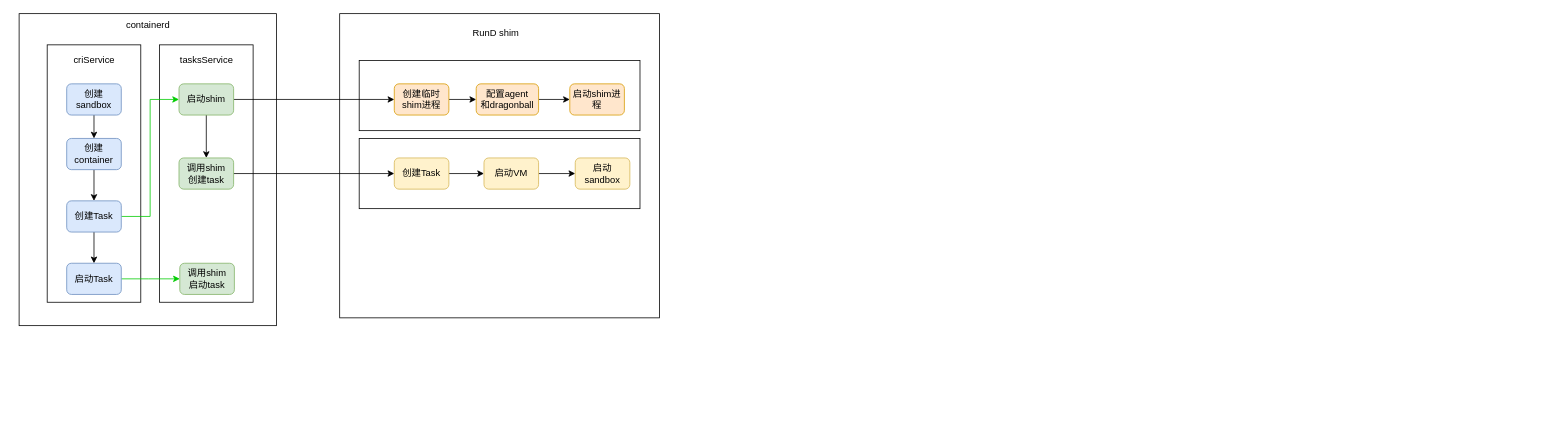
This is 杂七杂八的东西/hexo使用教程/containerd_rund.drawio from gxxxh/gxxxh.github.io, a draw.io file, before an edit. Source tidied: cells renumbered, new cells numbered last; positions are measured from the earlier drawing's top-left corner, leaving out a move shared by most shapes. Both pictures are drawn from the tidied source at 78%, with x=0, y=0 at pixel (19, 13).
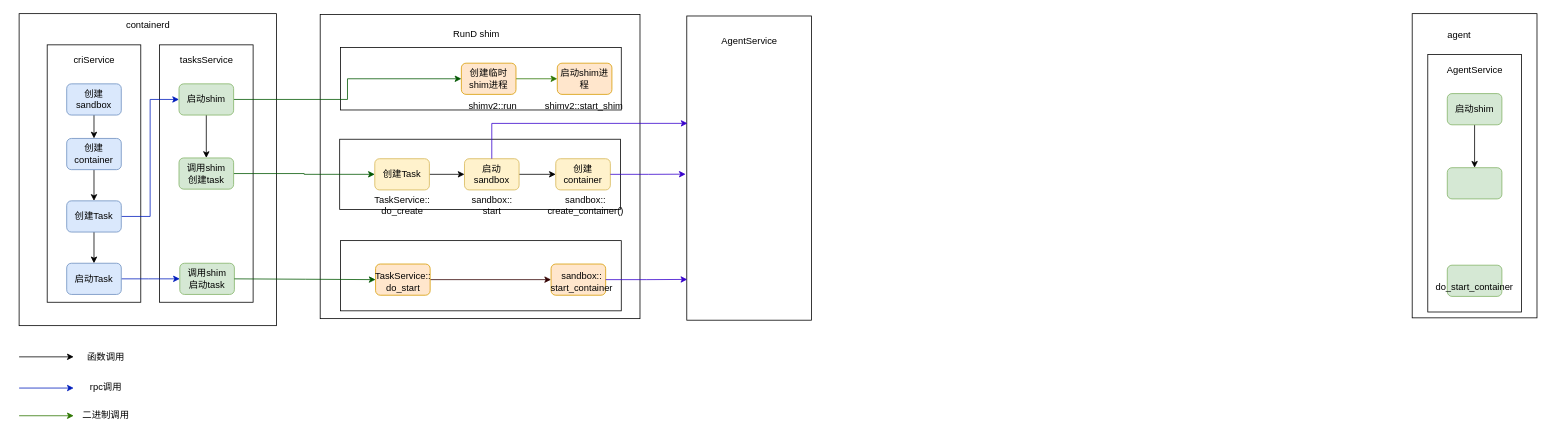
After the change.

Unchanged cells that the change refers to:
```xml
<mxCell id="16" value="创建Task" style="rounded=1;whiteSpace=wrap;html=1;fillColor=#dae8fc;strokeColor=#6c8ebf;" parent="1" vertex="1">
  <mxGeometry x="61" y="240" width="70" height="40" as="geometry" />
</mxCell>
<mxCell id="18" value="启动Task" style="rounded=1;whiteSpace=wrap;html=1;fillColor=#dae8fc;strokeColor=#6c8ebf;" parent="1" vertex="1">
  <mxGeometry x="61" y="320" width="70" height="40" as="geometry" />
</mxCell>
<mxCell id="21" value="启动shim" style="rounded=1;whiteSpace=wrap;html=1;fillColor=#d5e8d4;strokeColor=#82b366;" parent="1" vertex="1">
  <mxGeometry x="205" y="90" width="70" height="40" as="geometry" />
</mxCell>
<mxCell id="23" value="调用shim&lt;br&gt;创建task" style="rounded=1;whiteSpace=wrap;html=1;fillColor=#d5e8d4;strokeColor=#82b366;" parent="1" vertex="1">
  <mxGeometry x="205" y="185" width="70" height="40" as="geometry" />
</mxCell>
<mxCell id="24" value="调用shim&lt;br&gt;启动task" style="rounded=1;whiteSpace=wrap;html=1;fillColor=#d5e8d4;strokeColor=#82b366;" parent="1" vertex="1">
  <mxGeometry x="206" y="320" width="70" height="40" as="geometry" />
</mxCell>
```

Diff of the diagram source:
```diff
@@
     <mxCell id="2" style="rounded=0;whiteSpace=wrap;html=1;" parent="1" vertex="1">
-      <mxGeometry x="411" width="410" height="390" as="geometry" />
+      <mxGeometry x="386" y="1" width="410" height="390" as="geometry" />
     </mxCell>
     <mxCell id="3" style="rounded=0;whiteSpace=wrap;html=1;" parent="1" vertex="1">
-      <mxGeometry x="436" y="160" width="360" height="90" as="geometry" />
+      <mxGeometry x="411" y="161" width="360" height="90" as="geometry" />
     </mxCell>
     <mxCell id="4" style="rounded=0;whiteSpace=wrap;html=1;" parent="1" vertex="1">
-      <mxGeometry x="436" y="60" width="360" height="90" as="geometry" />
+      <mxGeometry x="412" y="43.5" width="360" height="80" as="geometry" />
     </mxCell>
@@
-    <mxCell id="15" style="edgeStyle=orthogonalEdgeStyle;rounded=0;jettySize=auto;html=1;exitX=1;exitY=0.5;exitDx=0;exitDy=0;entryX=0;entryY=0.5;entryDx=0;entryDy=0;strokeColor=#00CC00;" parent="1" edge="1" source="16" target="21">
+    <mxCell id="15" style="edgeStyle=orthogonalEdgeStyle;rounded=0;jettySize=auto;html=1;exitX=1;exitY=0.5;exitDx=0;exitDy=0;entryX=0;entryY=0.5;entryDx=0;entryDy=0;strokeColor=#001DBC;fillColor=#0050ef;" parent="1" edge="1" source="16" target="21">
       <mxGeometry relative="1" as="geometry" />
     </mxCell>
@@
-    <mxCell id="17" style="edgeStyle=orthogonalEdgeStyle;rounded=0;jettySize=auto;html=1;exitX=1;exitY=0.5;exitDx=0;exitDy=0;entryX=0;entryY=0.5;entryDx=0;entryDy=0;strokeColor=#00CC00;" parent="1" edge="1" source="18" target="24">
+    <mxCell id="17" style="edgeStyle=orthogonalEdgeStyle;rounded=0;jettySize=auto;html=1;exitX=1;exitY=0.5;exitDx=0;exitDy=0;entryX=0;entryY=0.5;entryDx=0;entryDy=0;strokeColor=#001DBC;fillColor=#0050ef;" parent="1" edge="1" source="18" target="24">
       <mxGeometry relative="1" as="geometry">
         <Array as="points">
           <mxPoint x="166" y="340" />
           <mxPoint x="166" y="340" />
         </Array>
       </mxGeometry>
     </mxCell>
@@
-    <mxCell id="20" style="edgeStyle=orthogonalEdgeStyle;rounded=0;jettySize=auto;html=1;exitX=1;exitY=0.5;exitDx=0;exitDy=0;" parent="1" edge="1" source="21" target="28">
+    <mxCell id="20" style="edgeStyle=orthogonalEdgeStyle;rounded=0;jettySize=auto;html=1;exitX=1;exitY=0.5;exitDx=0;exitDy=0;fillColor=#008a00;strokeColor=#005700;" parent="1" edge="1" source="21" target="28">
       <mxGeometry relative="1" as="geometry" />
     </mxCell>
@@
-    <mxCell id="22" style="edgeStyle=orthogonalEdgeStyle;rounded=0;jettySize=auto;html=1;exitX=1;exitY=0.5;exitDx=0;exitDy=0;entryX=0;entryY=0.5;entryDx=0;entryDy=0;" parent="1" edge="1" source="23" target="33">
+    <mxCell id="22" style="edgeStyle=orthogonalEdgeStyle;rounded=0;jettySize=auto;html=1;exitX=1;exitY=0.5;exitDx=0;exitDy=0;entryX=0;entryY=0.5;entryDx=0;entryDy=0;fillColor=#008a00;strokeColor=#005700;" parent="1" edge="1" source="23" target="33">
       <mxGeometry relative="1" as="geometry" />
     </mxCell>
@@
     <mxCell id="26" value="RunD shim" style="text;html=1;align=center;verticalAlign=middle;strokeColor=none;fillColor=none;" parent="1" vertex="1">
-      <mxGeometry x="571" y="10" width="80" height="30" as="geometry" />
+      <mxGeometry x="546" y="11" width="80" height="30" as="geometry" />
     </mxCell>
-    <mxCell id="27" style="edgeStyle=orthogonalEdgeStyle;rounded=0;jettySize=auto;html=1;exitX=1;exitY=0.5;exitDx=0;exitDy=0;entryX=0;entryY=0.5;entryDx=0;entryDy=0;" parent="1" edge="1" source="28" target="30">
+    <mxCell id="27" style="edgeStyle=orthogonalEdgeStyle;rounded=0;jettySize=auto;html=1;exitX=1;exitY=0.5;exitDx=0;exitDy=0;entryX=0;entryY=0.5;entryDx=0;entryDy=0;fillColor=#60a917;strokeColor=#2D7600;" parent="1" edge="1" source="28" target="31">
       <mxGeometry relative="1" as="geometry" />
     </mxCell>
     <mxCell id="28" value="创建临时shim进程" style="rounded=1;whiteSpace=wrap;html=1;fillColor=#ffe6cc;strokeColor=#d79b00;" parent="1" vertex="1">
-      <mxGeometry x="481" y="90" width="70" height="40" as="geometry" />
+      <mxGeometry x="567" y="63.5" width="70" height="40" as="geometry" />
     </mxCell>
-    <mxCell id="29" style="edgeStyle=orthogonalEdgeStyle;rounded=0;jettySize=auto;html=1;exitX=1;exitY=0.5;exitDx=0;exitDy=0;entryX=0;entryY=0.5;entryDx=0;entryDy=0;" parent="1" edge="1" source="30" target="31">
-      <mxGeometry relative="1" as="geometry" />
-    </mxCell>
-    <mxCell id="30" value="配置agent&lt;div&gt;和dragonball&lt;/div&gt;" style="rounded=1;whiteSpace=wrap;html=1;fillColor=#ffe6cc;strokeColor=#d79b00;" parent="1" vertex="1">
-      <mxGeometry x="586" y="90" width="80" height="40" as="geometry" />
-    </mxCell>
     <mxCell id="31" value="启动shim进程" style="rounded=1;whiteSpace=wrap;html=1;fillColor=#ffe6cc;strokeColor=#d79b00;" parent="1" vertex="1">
-      <mxGeometry x="706" y="90" width="70" height="40" as="geometry" />
+      <mxGeometry x="690" y="63.5" width="70" height="40" as="geometry" />
     </mxCell>
@@
     <mxCell id="33" value="创建Task" style="rounded=1;whiteSpace=wrap;html=1;fillColor=#fff2cc;strokeColor=#d6b656;" parent="1" vertex="1">
-      <mxGeometry x="481" y="185" width="70" height="40" as="geometry" />
+      <mxGeometry x="456" y="186" width="70" height="40" as="geometry" />
     </mxCell>
@@
-    <mxCell id="35" value="启动VM" style="rounded=1;whiteSpace=wrap;html=1;fillColor=#fff2cc;strokeColor=#d6b656;" parent="1" vertex="1">
-      <mxGeometry x="596" y="185" width="70" height="40" as="geometry" />
+    <mxCell id="35" value="启动sandbox" style="rounded=1;whiteSpace=wrap;html=1;fillColor=#fff2cc;strokeColor=#d6b656;" parent="1" vertex="1">
+      <mxGeometry x="571" y="186" width="70" height="40" as="geometry" />
     </mxCell>
-    <mxCell id="36" value="启动sandbox" style="rounded=1;whiteSpace=wrap;html=1;fillColor=#fff2cc;strokeColor=#d6b656;" parent="1" vertex="1">
-      <mxGeometry x="713" y="185" width="70" height="40" as="geometry" />
+    <mxCell id="36" value="创建container" style="rounded=1;whiteSpace=wrap;html=1;fillColor=#fff2cc;strokeColor=#d6b656;" parent="1" vertex="1">
+      <mxGeometry x="688" y="186" width="70" height="40" as="geometry" />
     </mxCell>
+    <mxCell id="37" style="endArrow=classic;html=1;rounded=0;" parent="1" edge="1">
+      <mxGeometry relative="1" as="geometry">
+        <mxPoint y="440" as="sourcePoint" />
+        <mxPoint x="70" y="440" as="targetPoint" />
+      </mxGeometry>
+    </mxCell>
+    <mxCell id="38" value="函数调用" style="text;html=1;align=center;verticalAlign=middle;strokeColor=none;fillColor=none;" parent="1" vertex="1">
+      <mxGeometry x="76" y="426" width="70" height="30" as="geometry" />
+    </mxCell>
+    <mxCell id="39" style="endArrow=classic;html=1;rounded=0;fillColor=#0050ef;strokeColor=#001DBC;" parent="1" edge="1">
+      <mxGeometry relative="1" as="geometry">
+        <mxPoint y="480" as="sourcePoint" />
+        <mxPoint x="70" y="480" as="targetPoint" />
+      </mxGeometry>
+    </mxCell>
+    <mxCell id="40" value="rpc调用" style="text;html=1;align=center;verticalAlign=middle;strokeColor=none;fillColor=none;" parent="1" vertex="1">
+      <mxGeometry x="81" y="464" width="60" height="30" as="geometry" />
+    </mxCell>
+    <mxCell id="41" style="endArrow=classic;html=1;rounded=0;fillColor=#60a917;strokeColor=#2D7600;" parent="1" edge="1">
+      <mxGeometry relative="1" as="geometry">
+        <mxPoint y="515.5" as="sourcePoint" />
+        <mxPoint x="70" y="515.5" as="targetPoint" />
+      </mxGeometry>
+    </mxCell>
+    <mxCell id="42" value="二进制调用" style="text;html=1;align=center;verticalAlign=middle;strokeColor=none;fillColor=none;" parent="1" vertex="1">
+      <mxGeometry x="71" y="499.5" width="80" height="30" as="geometry" />
+    </mxCell>
+    <mxCell id="43" value="shimv2::run" style="text;html=1;align=center;verticalAlign=middle;strokeColor=none;fillColor=none;" parent="1" vertex="1">
+      <mxGeometry x="562" y="103.5" width="90" height="30" as="geometry" />
+    </mxCell>
+    <mxCell id="44" value="shimv2::start_shim" style="text;html=1;align=center;verticalAlign=middle;strokeColor=none;fillColor=none;" parent="1" vertex="1">
+      <mxGeometry x="664" y="103.5" width="120" height="30" as="geometry" />
+    </mxCell>
+    <mxCell id="45" value="TaskService::&lt;div&gt;do_create&lt;/div&gt;" style="text;html=1;align=center;verticalAlign=middle;strokeColor=none;fillColor=none;" parent="1" vertex="1">
+      <mxGeometry x="446" y="226" width="90" height="40" as="geometry" />
+    </mxCell>
+    <mxCell id="46" value="sandbox::&lt;div&gt;start&lt;/div&gt;" style="text;html=1;align=center;verticalAlign=middle;strokeColor=none;fillColor=none;" parent="1" vertex="1">
+      <mxGeometry x="566" y="226" width="80" height="40" as="geometry" />
+    </mxCell>
+    <mxCell id="47" value="sandbox::&lt;div&gt;create_container()&lt;/div&gt;" style="text;html=1;align=center;verticalAlign=middle;strokeColor=none;fillColor=none;" parent="1" vertex="1">
+      <mxGeometry x="666" y="226" width="120" height="40" as="geometry" />
+    </mxCell>
+    <mxCell id="48" style="rounded=0;whiteSpace=wrap;html=1;" parent="1" vertex="1">
+      <mxGeometry x="412" y="291" width="360" height="90" as="geometry" />
+    </mxCell>
+    <mxCell id="49" style="edgeStyle=orthogonalEdgeStyle;rounded=0;jettySize=auto;html=1;exitX=1;exitY=0.5;exitDx=0;exitDy=0;fillColor=#008a00;strokeColor=#005700;" parent="1" edge="1" target="51">
+      <mxGeometry relative="1" as="geometry">
+        <mxPoint x="276" y="340" as="sourcePoint" />
+      </mxGeometry>
+    </mxCell>
+    <mxCell id="50" style="edgeStyle=orthogonalEdgeStyle;rounded=0;jettySize=auto;html=1;exitX=1;exitY=0.5;exitDx=0;exitDy=0;entryX=0;entryY=0.5;entryDx=0;entryDy=0;fillColor=#60a917;strokeColor=#330000;" parent="1" edge="1" source="51" target="52">
+      <mxGeometry relative="1" as="geometry" />
+    </mxCell>
+    <mxCell id="51" style="rounded=1;whiteSpace=wrap;html=1;fillColor=#ffe6cc;strokeColor=#d79b00;" parent="1" vertex="1">
+      <mxGeometry x="457" y="321" width="70" height="40" as="geometry" />
+    </mxCell>
+    <mxCell id="52" style="rounded=1;whiteSpace=wrap;html=1;fillColor=#ffe6cc;strokeColor=#d79b00;" parent="1" vertex="1">
+      <mxGeometry x="682" y="321" width="70" height="40" as="geometry" />
+    </mxCell>
+    <mxCell id="53" value="TaskService::&lt;div&gt;do_start&lt;/div&gt;" style="text;html=1;align=center;verticalAlign=middle;strokeColor=none;fillColor=none;" parent="1" vertex="1">
+      <mxGeometry x="447" y="323.5" width="90" height="40" as="geometry" />
+    </mxCell>
+    <mxCell id="54" value="sandbox::&lt;div&gt;start_container&lt;/div&gt;" style="text;html=1;align=center;verticalAlign=middle;strokeColor=none;fillColor=none;" parent="1" vertex="1">
+      <mxGeometry x="671" y="323.5" width="100" height="40" as="geometry" />
+    </mxCell>
+    <mxCell id="55" style="rounded=0;whiteSpace=wrap;html=1;" parent="1" vertex="1">
+      <mxGeometry x="1786" width="160" height="390" as="geometry" />
+    </mxCell>
+    <mxCell id="56" value="agent" style="text;html=1;align=center;verticalAlign=middle;strokeColor=none;fillColor=none;" parent="1" vertex="1">
+      <mxGeometry x="1821" y="12.5" width="50" height="30" as="geometry" />
+    </mxCell>
+    <mxCell id="57" style="rounded=0;whiteSpace=wrap;html=1;" parent="1" vertex="1">
+      <mxGeometry x="1806" y="52.5" width="120" height="330" as="geometry" />
+    </mxCell>
+    <mxCell id="58" value="AgentService" style="text;html=1;align=center;verticalAlign=middle;" parent="1" vertex="1">
+      <mxGeometry x="1821" y="57.5" width="90" height="30" as="geometry" />
+    </mxCell>
+    <mxCell id="59" style="edgeStyle=orthogonalEdgeStyle;rounded=0;jettySize=auto;html=1;exitX=0.5;exitY=1;exitDx=0;exitDy=0;entryX=0.5;entryY=0;entryDx=0;entryDy=0;" parent="1" edge="1" source="60" target="61">
+      <mxGeometry relative="1" as="geometry" />
+    </mxCell>
+    <mxCell id="60" value="启动shim" style="rounded=1;whiteSpace=wrap;html=1;fillColor=#d5e8d4;strokeColor=#82b366;" parent="1" vertex="1">
+      <mxGeometry x="1831" y="102.5" width="70" height="40" as="geometry" />
+    </mxCell>
+    <mxCell id="61" style="rounded=1;whiteSpace=wrap;html=1;fillColor=#d5e8d4;strokeColor=#82b366;" parent="1" vertex="1">
+      <mxGeometry x="1831" y="197.5" width="70" height="40" as="geometry" />
+    </mxCell>
+    <mxCell id="62" value="&lt;br class=&quot;Apple-interchange-newline&quot;&gt;do_start_container&lt;div&gt;&lt;/div&gt;" style="rounded=1;whiteSpace=wrap;html=1;fillColor=#d5e8d4;strokeColor=#82b366;" parent="1" vertex="1">
+      <mxGeometry x="1831" y="322.5" width="70" height="40" as="geometry" />
+    </mxCell>
+    <mxCell id="63" style="rounded=0;whiteSpace=wrap;html=1;" parent="1" vertex="1">
+      <mxGeometry x="856" y="3" width="160" height="390" as="geometry" />
+    </mxCell>
+    <mxCell id="64" value="AgentService" style="text;html=1;align=center;verticalAlign=middle;strokeColor=none;fillColor=none;" parent="1" vertex="1">
+      <mxGeometry x="891" y="21" width="90" height="30" as="geometry" />
+    </mxCell>
+    <mxCell id="65" style="edgeStyle=orthogonalEdgeStyle;rounded=0;jettySize=auto;html=1;exitX=1;exitY=0.5;exitDx=0;exitDy=0;entryX=-0.009;entryY=0.52;entryDx=0;entryDy=0;entryPerimeter=0;fillColor=#6a00ff;strokeColor=#3700CC;" parent="1" edge="1" source="36" target="63">
+      <mxGeometry relative="1" as="geometry" />
+    </mxCell>
+    <mxCell id="66" style="edgeStyle=orthogonalEdgeStyle;rounded=0;jettySize=auto;html=1;exitX=1;exitY=0.5;exitDx=0;exitDy=0;entryX=0.004;entryY=0.866;entryDx=0;entryDy=0;entryPerimeter=0;fillColor=#6a00ff;strokeColor=#3700CC;" parent="1" edge="1" source="52" target="63">
+      <mxGeometry relative="1" as="geometry" />
+    </mxCell>
+    <mxCell id="67" style="edgeStyle=orthogonalEdgeStyle;rounded=0;jettySize=auto;html=1;exitX=0.5;exitY=0;exitDx=0;exitDy=0;entryX=0.006;entryY=0.353;entryDx=0;entryDy=0;entryPerimeter=0;fillColor=#6a00ff;strokeColor=#3700CC;" parent="1" edge="1" source="35" target="63">
+      <mxGeometry relative="1" as="geometry" />
+    </mxCell>
```
